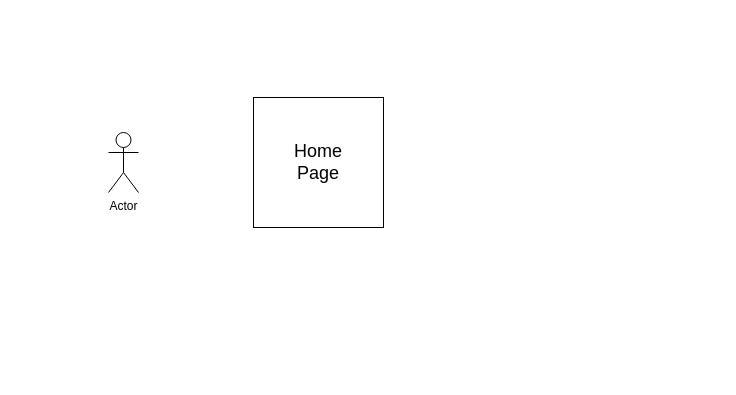
Before: Untitled Diagram.drawio in Brianw83002/Group-1-proj, a draw.io diagram. Source tidied: cells renumbered, new cells numbered last; positions are measured from the earlier drawing's top-left corner, leaving out a move shared by most shapes. Both pictures are drawn from the tidied source at 100%, with x=0, y=0 at pixel (108, 97).
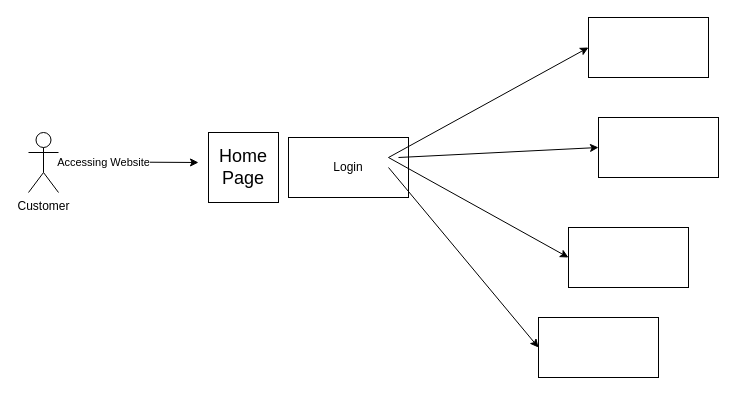
The same page after the edit.

What changed in the source:
```diff
@@
     <mxCell id="2" style="whiteSpace=wrap;html=1;" parent="1" vertex="1">
-      <mxGeometry x="145" width="130" height="130" as="geometry" />
+      <mxGeometry x="100" y="35" width="70" height="70" as="geometry" />
     </mxCell>
     <mxCell id="3" value="&lt;font style=&quot;font-size: 18px;&quot;&gt;Home Page&lt;/font&gt;" style="text;html=1;align=center;verticalAlign=middle;whiteSpace=wrap;rounded=0;" parent="1" vertex="1">
-      <mxGeometry x="180" y="50" width="60" height="30" as="geometry" />
+      <mxGeometry x="105" y="55" width="60" height="30" as="geometry" />
     </mxCell>
-    <mxCell id="4" value="Actor" style="shape=umlActor;verticalLabelPosition=bottom;verticalAlign=top;html=1;" parent="1" vertex="1">
-      <mxGeometry y="35" width="30" height="60" as="geometry" />
+    <mxCell id="4" value="Customer" style="shape=umlActor;verticalLabelPosition=bottom;verticalAlign=top;html=1;" parent="1" vertex="1">
+      <mxGeometry x="-80" y="35" width="30" height="60" as="geometry" />
     </mxCell>
+    <mxCell id="5" style="endArrow=classic;html=1;rounded=0;" parent="1" edge="1">
+      <mxGeometry relative="1" as="geometry">
+        <mxPoint x="20" y="64.6" as="sourcePoint" />
+        <mxPoint x="90" y="65" as="targetPoint" />
+      </mxGeometry>
+    </mxCell>
+    <mxCell id="6" value="Accessing Website" style="edgeLabel;html=1;align=center;verticalAlign=middle;" parent="5" vertex="1">
+      <mxGeometry relative="1" as="geometry">
+        <mxPoint x="-60" as="offset" />
+      </mxGeometry>
+    </mxCell>
+    <mxCell id="7" value="Login" style="rounded=0;whiteSpace=wrap;html=1;" parent="1" vertex="1">
+      <mxGeometry x="180" y="40" width="120" height="60" as="geometry" />
+    </mxCell>
+    <mxCell id="8" style="rounded=0;whiteSpace=wrap;html=1;" parent="1" vertex="1">
+      <mxGeometry x="480" y="-80" width="120" height="60" as="geometry" />
+    </mxCell>
+    <mxCell id="9" style="endArrow=classic;html=1;rounded=0;entryX=0;entryY=0.5;entryDx=0;entryDy=0;" parent="1" edge="1" target="8">
+      <mxGeometry relative="1" as="geometry">
+        <mxPoint x="280" y="60" as="sourcePoint" />
+      </mxGeometry>
+    </mxCell>
+    <mxCell id="10" style="rounded=0;whiteSpace=wrap;html=1;" parent="1" vertex="1">
+      <mxGeometry x="490" y="20" width="120" height="60" as="geometry" />
+    </mxCell>
+    <mxCell id="11" style="rounded=0;whiteSpace=wrap;html=1;" parent="1" vertex="1">
+      <mxGeometry x="460" y="130" width="120" height="60" as="geometry" />
+    </mxCell>
+    <mxCell id="12" style="rounded=0;whiteSpace=wrap;html=1;" parent="1" vertex="1">
+      <mxGeometry x="430" y="220" width="120" height="60" as="geometry" />
+    </mxCell>
+    <mxCell id="13" style="endArrow=classic;html=1;rounded=0;entryX=0;entryY=0.5;entryDx=0;entryDy=0;" parent="1" edge="1" target="10">
+      <mxGeometry relative="1" as="geometry">
+        <mxPoint x="290" y="60" as="sourcePoint" />
+      </mxGeometry>
+    </mxCell>
+    <mxCell id="14" style="endArrow=classic;html=1;rounded=0;entryX=0;entryY=0.5;entryDx=0;entryDy=0;" parent="1" edge="1" target="11">
+      <mxGeometry relative="1" as="geometry">
+        <mxPoint x="280" y="60" as="sourcePoint" />
+      </mxGeometry>
+    </mxCell>
+    <mxCell id="15" style="endArrow=classic;html=1;rounded=0;entryX=0;entryY=0.5;entryDx=0;entryDy=0;" parent="1" edge="1" target="12">
+      <mxGeometry relative="1" as="geometry">
+        <mxPoint x="280" y="70" as="sourcePoint" />
+      </mxGeometry>
+    </mxCell>
```
